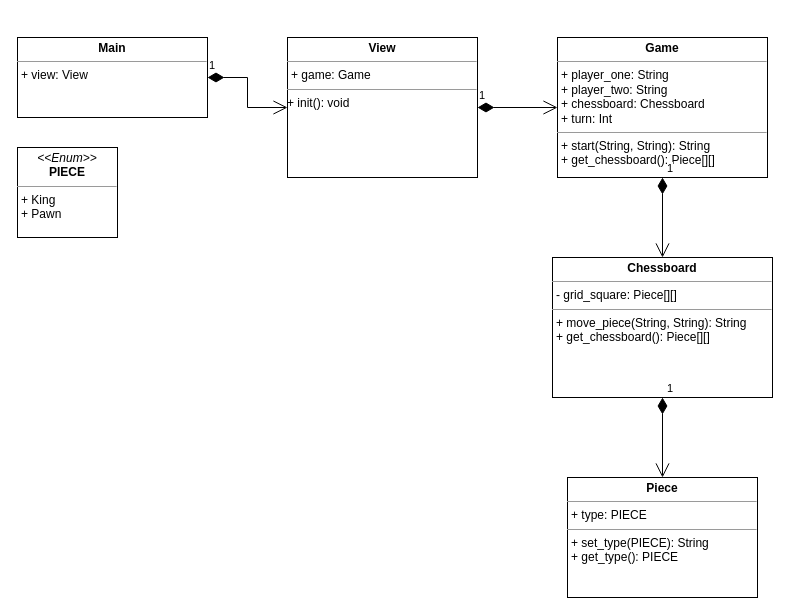
Before: page "Main" (1 of 2) of Documentation/ItalianDrought_BP.drawio in hifodbs/ItaDraughtBP, a draw.io diagram. Source tidied: cells renumbered, new cells numbered last; positions are measured from the earlier drawing's top-left corner, leaving out a move shared by most shapes. Both pictures are drawn from the tidied source at 100%, with x=0, y=0 at pixel (17, 37).
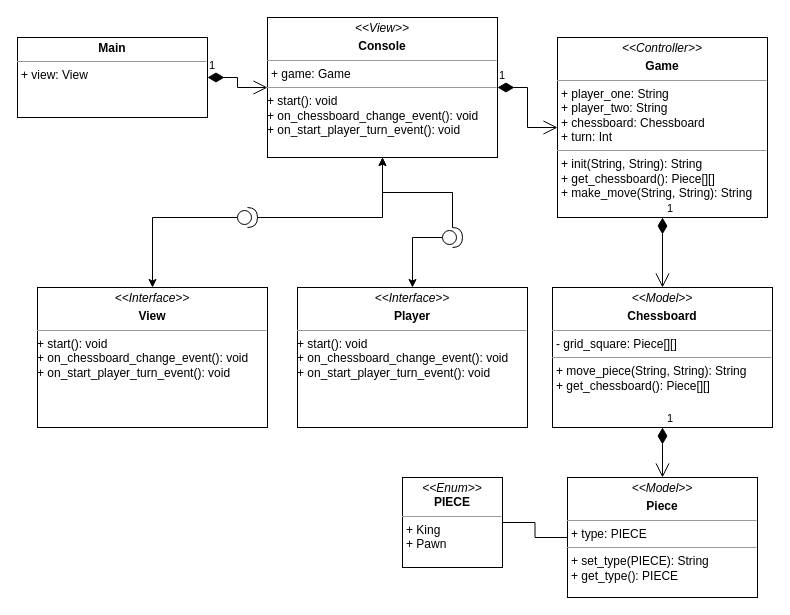
The same page after the edit.

Diff of the diagram source:
```diff
@@
-    <mxCell id="2" value="&lt;p style=&quot;margin:0px;margin-top:4px;text-align:center;&quot;&gt;&lt;b&gt;Game&lt;/b&gt;&lt;br&gt;&lt;/p&gt;&lt;hr size=&quot;1&quot;&gt;&lt;p style=&quot;margin:0px;margin-left:4px;&quot;&gt;+ player_one: String&lt;/p&gt;&lt;p style=&quot;margin:0px;margin-left:4px;&quot;&gt;+ player_two: String&lt;/p&gt;&lt;p style=&quot;margin:0px;margin-left:4px;&quot;&gt;+ chessboard: Chessboard&lt;/p&gt;&lt;p style=&quot;margin:0px;margin-left:4px;&quot;&gt;+ turn: Int&lt;br&gt;&lt;/p&gt;&lt;hr size=&quot;1&quot;&gt;&lt;p style=&quot;margin:0px;margin-left:4px;&quot;&gt;+ start(String, String): String&lt;br&gt;+ get_chessboard(): Piece[][]&lt;br&gt;&lt;/p&gt;" style="verticalAlign=top;align=left;overflow=fill;fontSize=12;fontFamily=Helvetica;html=1;rounded=0;shadow=0;comic=0;labelBackgroundColor=none;strokeWidth=1;" parent="1" vertex="1">
-      <mxGeometry x="540" width="210" height="140" as="geometry" />
+    <mxCell id="2" value="&lt;p style=&quot;margin:0px;margin-top:4px;text-align:center;&quot;&gt;&lt;i&gt;&amp;lt;&amp;lt;Controller&amp;gt;&amp;gt;&lt;/i&gt;&lt;/p&gt;&lt;p style=&quot;margin:0px;margin-top:4px;text-align:center;&quot;&gt;&lt;b&gt;Game&lt;/b&gt;&lt;br&gt;&lt;/p&gt;&lt;hr size=&quot;1&quot;&gt;&lt;p style=&quot;margin:0px;margin-left:4px;&quot;&gt;+ player_one: String&lt;/p&gt;&lt;p style=&quot;margin:0px;margin-left:4px;&quot;&gt;+ player_two: String&lt;/p&gt;&lt;p style=&quot;margin:0px;margin-left:4px;&quot;&gt;+ chessboard: Chessboard&lt;/p&gt;&lt;p style=&quot;margin:0px;margin-left:4px;&quot;&gt;+ turn: Int&lt;br&gt;&lt;/p&gt;&lt;hr size=&quot;1&quot;&gt;&lt;p style=&quot;margin:0px;margin-left:4px;&quot;&gt;+ init(String, String): String&lt;br&gt;+ get_chessboard(): Piece[][]&lt;/p&gt;&lt;p style=&quot;margin:0px;margin-left:4px;&quot;&gt;+ make_move(String, String): String&lt;br&gt;&lt;/p&gt;" style="verticalAlign=top;align=left;overflow=fill;fontSize=12;fontFamily=Helvetica;html=1;rounded=0;shadow=0;comic=0;labelBackgroundColor=none;strokeWidth=1;" parent="1" vertex="1">
+      <mxGeometry x="540" width="210" height="180" as="geometry" />
     </mxCell>
-    <mxCell id="3" value="&lt;p style=&quot;margin:0px;margin-top:4px;text-align:center;&quot;&gt;&lt;b&gt;Chessboard&lt;/b&gt;&lt;br&gt;&lt;/p&gt;&lt;hr size=&quot;1&quot;&gt;&lt;p style=&quot;margin:0px;margin-left:4px;&quot;&gt;- grid_square: Piece[][]&lt;/p&gt;&lt;hr size=&quot;1&quot;&gt;&lt;p style=&quot;margin:0px;margin-left:4px;&quot;&gt;+ move_piece(String, String): String&lt;br&gt;+ get_chessboard(): Piece[][]&lt;br&gt;&lt;/p&gt;" style="verticalAlign=top;align=left;overflow=fill;fontSize=12;fontFamily=Helvetica;html=1;rounded=0;shadow=0;comic=0;labelBackgroundColor=none;strokeWidth=1;" parent="1" vertex="1">
-      <mxGeometry x="535" y="220" width="220" height="140" as="geometry" />
+    <mxCell id="3" value="&lt;p style=&quot;margin:0px;margin-top:4px;text-align:center;&quot;&gt;&lt;i&gt;&amp;lt;&amp;lt;Model&amp;gt;&amp;gt;&lt;/i&gt;&lt;/p&gt;&lt;p style=&quot;margin:0px;margin-top:4px;text-align:center;&quot;&gt;&lt;b&gt;Chessboard&lt;/b&gt;&lt;br&gt;&lt;/p&gt;&lt;hr size=&quot;1&quot;&gt;&lt;p style=&quot;margin:0px;margin-left:4px;&quot;&gt;- grid_square: Piece[][]&lt;/p&gt;&lt;hr size=&quot;1&quot;&gt;&lt;p style=&quot;margin:0px;margin-left:4px;&quot;&gt;+ move_piece(String, String): String&lt;br&gt;+ get_chessboard(): Piece[][]&lt;br&gt;&lt;/p&gt;" style="verticalAlign=top;align=left;overflow=fill;fontSize=12;fontFamily=Helvetica;html=1;rounded=0;shadow=0;comic=0;labelBackgroundColor=none;strokeWidth=1;" parent="1" vertex="1">
+      <mxGeometry x="535" y="250" width="220" height="140" as="geometry" />
     </mxCell>
-    <mxCell id="4" value="&lt;p style=&quot;margin:0px;margin-top:4px;text-align:center;&quot;&gt;&lt;b&gt;Piece&lt;/b&gt;&lt;br&gt;&lt;/p&gt;&lt;hr size=&quot;1&quot;&gt;&lt;p style=&quot;margin:0px;margin-left:4px;&quot;&gt;+ type: PIECE&lt;/p&gt;&lt;hr size=&quot;1&quot;&gt;&lt;p style=&quot;margin:0px;margin-left:4px;&quot;&gt;+ set_type(PIECE): String&lt;br&gt;+ get_type(): PIECE&lt;br&gt;&lt;/p&gt;" style="verticalAlign=top;align=left;overflow=fill;fontSize=12;fontFamily=Helvetica;html=1;rounded=0;shadow=0;comic=0;labelBackgroundColor=none;strokeWidth=1;" parent="1" vertex="1">
+    <mxCell id="4" value="&lt;p style=&quot;margin:0px;margin-top:4px;text-align:center;&quot;&gt;&lt;i&gt;&amp;lt;&amp;lt;Model&amp;gt;&amp;gt;&lt;/i&gt;&lt;/p&gt;&lt;p style=&quot;margin:0px;margin-top:4px;text-align:center;&quot;&gt;&lt;b&gt;Piece&lt;/b&gt;&lt;br&gt;&lt;/p&gt;&lt;hr size=&quot;1&quot;&gt;&lt;p style=&quot;margin:0px;margin-left:4px;&quot;&gt;+ type: PIECE&lt;/p&gt;&lt;hr size=&quot;1&quot;&gt;&lt;p style=&quot;margin:0px;margin-left:4px;&quot;&gt;+ set_type(PIECE): String&lt;br&gt;+ get_type(): PIECE&lt;br&gt;&lt;/p&gt;" style="verticalAlign=top;align=left;overflow=fill;fontSize=12;fontFamily=Helvetica;html=1;rounded=0;shadow=0;comic=0;labelBackgroundColor=none;strokeWidth=1;" parent="1" vertex="1">
       <mxGeometry x="550" y="440" width="190" height="120" as="geometry" />
     </mxCell>
+    <mxCell id="12" style="edgeStyle=orthogonalEdgeStyle;rounded=0;jettySize=auto;html=1;curved=0;endArrow=none;startFill=0;" parent="1" edge="1" source="5" target="4">
+      <mxGeometry relative="1" as="geometry" />
+    </mxCell>
     <mxCell id="5" value="&lt;p style=&quot;margin:0px;margin-top:4px;text-align:center;&quot;&gt;&lt;i&gt;&amp;lt;&amp;lt;Enum&amp;gt;&amp;gt;&lt;/i&gt;&lt;br&gt;&lt;b&gt;PIECE&lt;/b&gt;&lt;br&gt;&lt;/p&gt;&lt;hr size=&quot;1&quot;&gt;&lt;p style=&quot;margin:0px;margin-left:4px;&quot;&gt;+ King&lt;br&gt;+ Pawn&lt;br&gt;&lt;/p&gt;" style="verticalAlign=top;align=left;overflow=fill;fontSize=12;fontFamily=Helvetica;html=1;rounded=0;shadow=0;comic=0;labelBackgroundColor=none;strokeWidth=1;" parent="1" vertex="1">
-      <mxGeometry y="110" width="100" height="90" as="geometry" />
+      <mxGeometry x="385" y="440" width="100" height="90" as="geometry" />
     </mxCell>
-    <mxCell id="6" value="&lt;p style=&quot;margin:0px;margin-top:4px;text-align:center;&quot;&gt;&lt;b&gt;View&lt;/b&gt;&lt;br&gt;&lt;/p&gt;&lt;hr size=&quot;1&quot;&gt;&lt;p style=&quot;margin:0px;margin-left:4px;&quot;&gt;+ game: Game&lt;br&gt;&lt;/p&gt;&lt;hr size=&quot;1&quot;&gt;+ init(): void" style="verticalAlign=top;align=left;overflow=fill;fontSize=12;fontFamily=Helvetica;html=1;rounded=0;shadow=0;comic=0;labelBackgroundColor=none;strokeWidth=1;" parent="1" vertex="1">
-      <mxGeometry x="270" width="190" height="140" as="geometry" />
+    <mxCell id="6" value="&lt;p style=&quot;margin:0px;margin-top:4px;text-align:center;&quot;&gt;&lt;i&gt;&amp;lt;&amp;lt;View&amp;gt;&amp;gt;&lt;/i&gt;&lt;/p&gt;&lt;p style=&quot;margin:0px;margin-top:4px;text-align:center;&quot;&gt;&lt;b&gt;Console&lt;/b&gt;&lt;br&gt;&lt;/p&gt;&lt;hr size=&quot;1&quot;&gt;&lt;p style=&quot;margin:0px;margin-left:4px;&quot;&gt;+ game: Game&lt;br&gt;&lt;/p&gt;&lt;hr size=&quot;1&quot;&gt;&lt;div&gt;+ start(): void&lt;/div&gt;&lt;div&gt;+ on_chessboard_change_event(): void&lt;/div&gt;&lt;div&gt;+ on_start_player_turn_event(): void&lt;br&gt;&lt;/div&gt;" style="verticalAlign=top;align=left;overflow=fill;fontSize=12;fontFamily=Helvetica;html=1;rounded=0;shadow=0;comic=0;labelBackgroundColor=none;strokeWidth=1;" parent="1" vertex="1">
+      <mxGeometry x="250" y="-20" width="230" height="140" as="geometry" />
     </mxCell>
@@
+    <mxCell id="13" value="&lt;p style=&quot;margin:0px;margin-top:4px;text-align:center;&quot;&gt;&lt;i&gt;&amp;lt;&amp;lt;Interface&amp;gt;&amp;gt;&lt;/i&gt;&lt;/p&gt;&lt;p style=&quot;margin:0px;margin-top:4px;text-align:center;&quot;&gt;&lt;b&gt;Player&lt;/b&gt;&lt;br&gt;&lt;/p&gt;&lt;hr size=&quot;1&quot;&gt;&lt;div&gt;+ start(): void&lt;/div&gt;&lt;div&gt;+ on_chessboard_change_event(): void&lt;/div&gt;&lt;div&gt;+ on_start_player_turn_event(): void&lt;br&gt;&lt;/div&gt;" style="verticalAlign=top;align=left;overflow=fill;fontSize=12;fontFamily=Helvetica;html=1;rounded=0;shadow=0;comic=0;labelBackgroundColor=none;strokeWidth=1;" parent="1" vertex="1">
+      <mxGeometry x="280" y="250" width="230" height="140" as="geometry" />
+    </mxCell>
+    <mxCell id="14" value="&lt;p style=&quot;margin:0px;margin-top:4px;text-align:center;&quot;&gt;&lt;i&gt;&amp;lt;&amp;lt;Interface&amp;gt;&amp;gt;&lt;/i&gt;&lt;/p&gt;&lt;p style=&quot;margin:0px;margin-top:4px;text-align:center;&quot;&gt;&lt;b&gt;View&lt;/b&gt;&lt;br&gt;&lt;/p&gt;&lt;hr size=&quot;1&quot;&gt;&lt;div&gt;+ start(): void&lt;/div&gt;&lt;div&gt;+ on_chessboard_change_event(): void&lt;/div&gt;&lt;div&gt;+ on_start_player_turn_event(): void&lt;br&gt;&lt;/div&gt;" style="verticalAlign=top;align=left;overflow=fill;fontSize=12;fontFamily=Helvetica;html=1;rounded=0;shadow=0;comic=0;labelBackgroundColor=none;strokeWidth=1;" parent="1" vertex="1">
+      <mxGeometry x="20" y="250" width="230" height="140" as="geometry" />
+    </mxCell>
+    <mxCell id="15" style="edgeStyle=orthogonalEdgeStyle;rounded=0;jettySize=auto;html=1;" parent="1" edge="1" source="17" target="6">
+      <mxGeometry relative="1" as="geometry" />
+    </mxCell>
+    <mxCell id="16" style="edgeStyle=orthogonalEdgeStyle;rounded=0;jettySize=auto;html=1;exitX=0;exitY=0.5;exitDx=0;exitDy=0;exitPerimeter=0;" parent="1" edge="1" source="17" target="14">
+      <mxGeometry relative="1" as="geometry" />
+    </mxCell>
+    <mxCell id="17" style="shape=providedRequiredInterface;html=1;verticalLabelPosition=bottom;sketch=0;" parent="1" vertex="1">
+      <mxGeometry x="220" y="170" width="20" height="20" as="geometry" />
+    </mxCell>
+    <mxCell id="18" style="edgeStyle=orthogonalEdgeStyle;rounded=0;jettySize=auto;html=1;" parent="1" edge="1" source="20" target="6">
+      <mxGeometry relative="1" as="geometry" />
+    </mxCell>
+    <mxCell id="19" style="edgeStyle=orthogonalEdgeStyle;rounded=0;jettySize=auto;html=1;exitX=0;exitY=0.5;exitDx=0;exitDy=0;exitPerimeter=0;" parent="1" edge="1" source="20" target="13">
+      <mxGeometry relative="1" as="geometry" />
+    </mxCell>
+    <mxCell id="20" style="shape=providedRequiredInterface;html=1;verticalLabelPosition=bottom;sketch=0;" parent="1" vertex="1">
+      <mxGeometry x="425" y="190" width="20" height="20" as="geometry" />
+    </mxCell>
```
